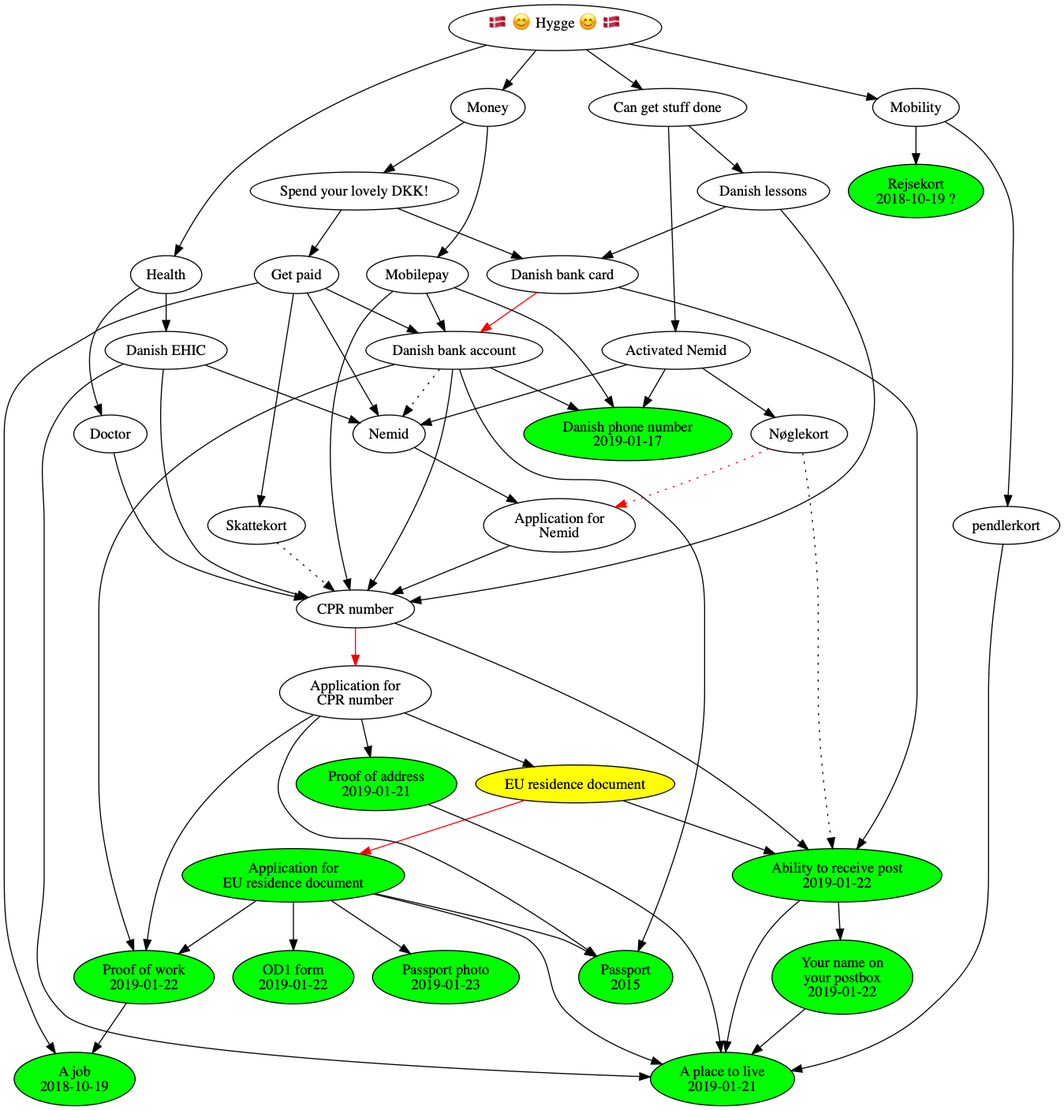
Before: flytter-til-danmark.png, a diagram exported from Graphviz (NoahBohme/emigrerer-til-danmark). Its source is kept beside it as flytter-til-danmark.dot.
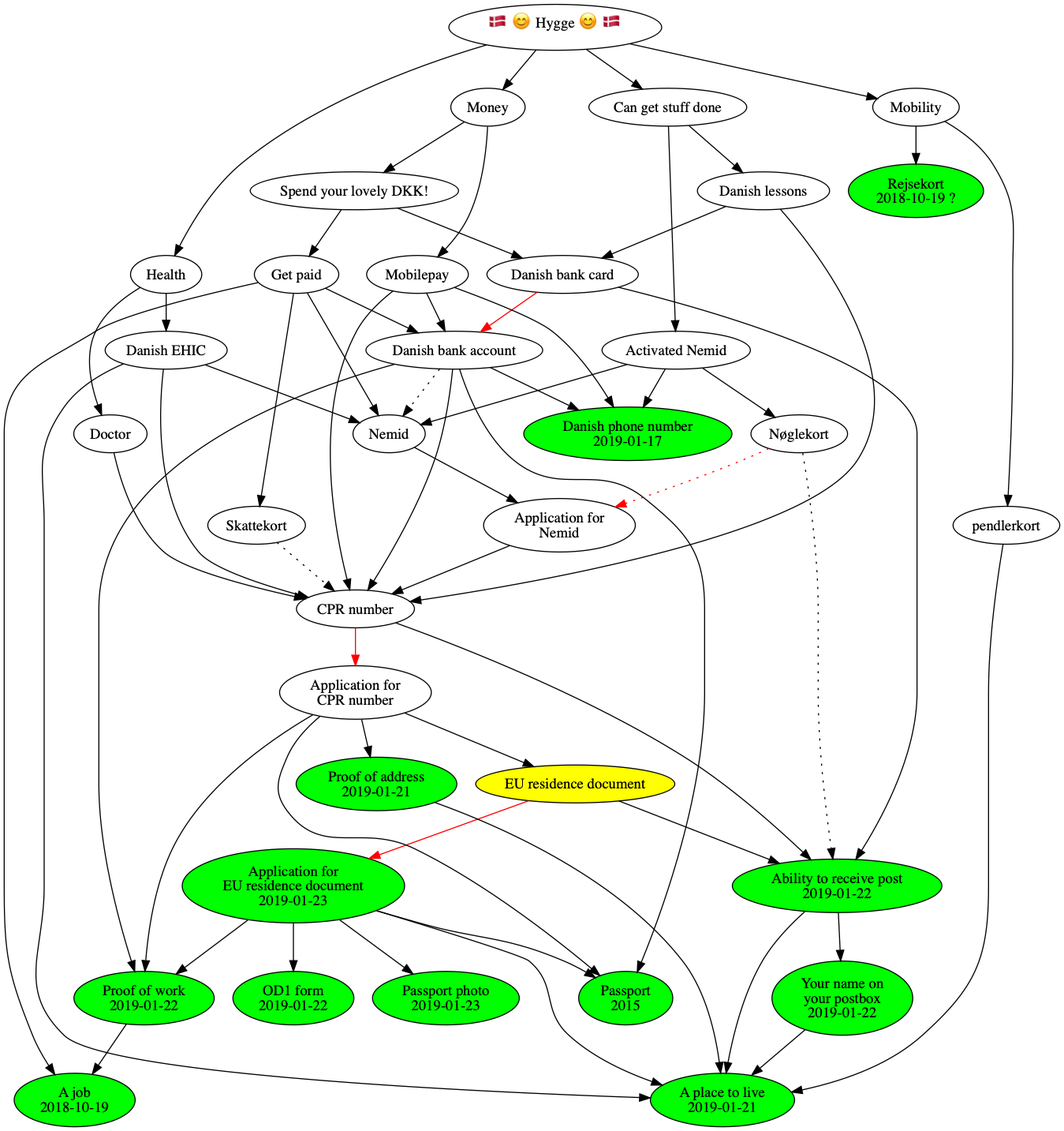
The same diagram one commit later.

The edit, as a diff of the source:
```diff
@@ -20,7 +20,7 @@
   pendlerkort
   pendlerkort -> place_to_live
 
-  eu_residence_document_application [ label="Application for\nEU residence document" style=filled fillcolor=green ]
+  eu_residence_document_application [ label="Application for\nEU residence document\n2019-01-23" style=filled fillcolor=green ]
   eu_residence_document_application -> place_to_live
   eu_residence_document_application -> proof_of_work
   eu_residence_document_application -> passport
```
